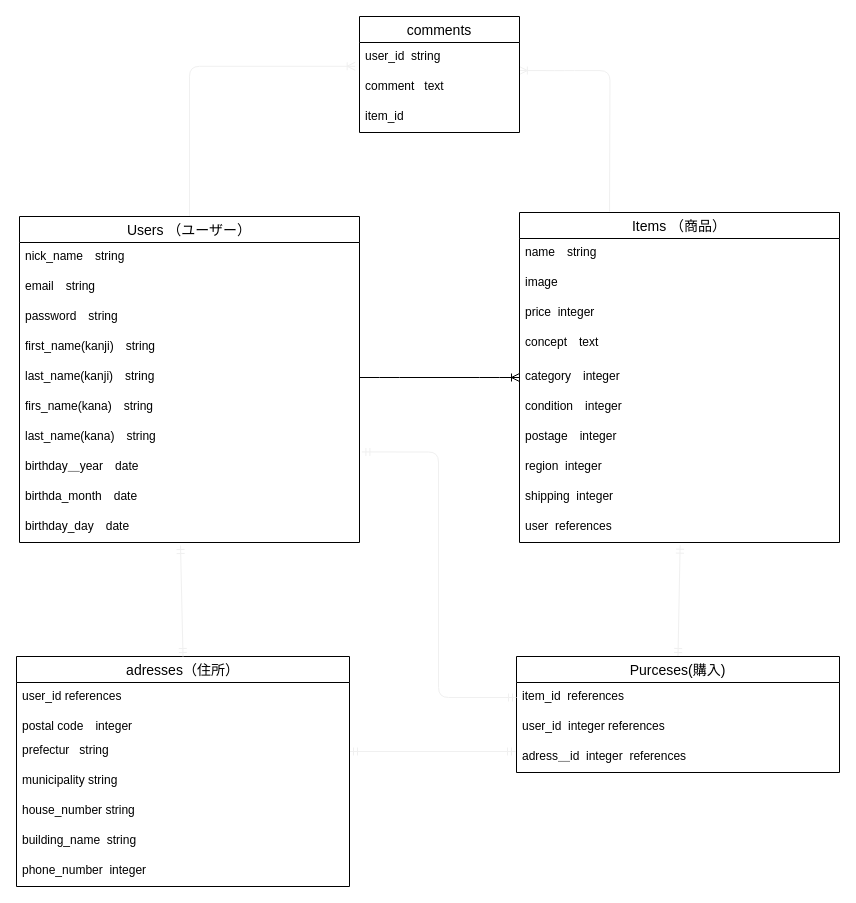
This is furima.dio from uuutako/furima--31745-, a draw.io file, before an edit. Source tidied: cells renumbered, new cells numbered last; positions are measured from the earlier drawing's top-left corner, leaving out a move shared by most shapes. Both pictures are drawn from the tidied source at 100%, with x=0, y=0 at pixel (16, 16).
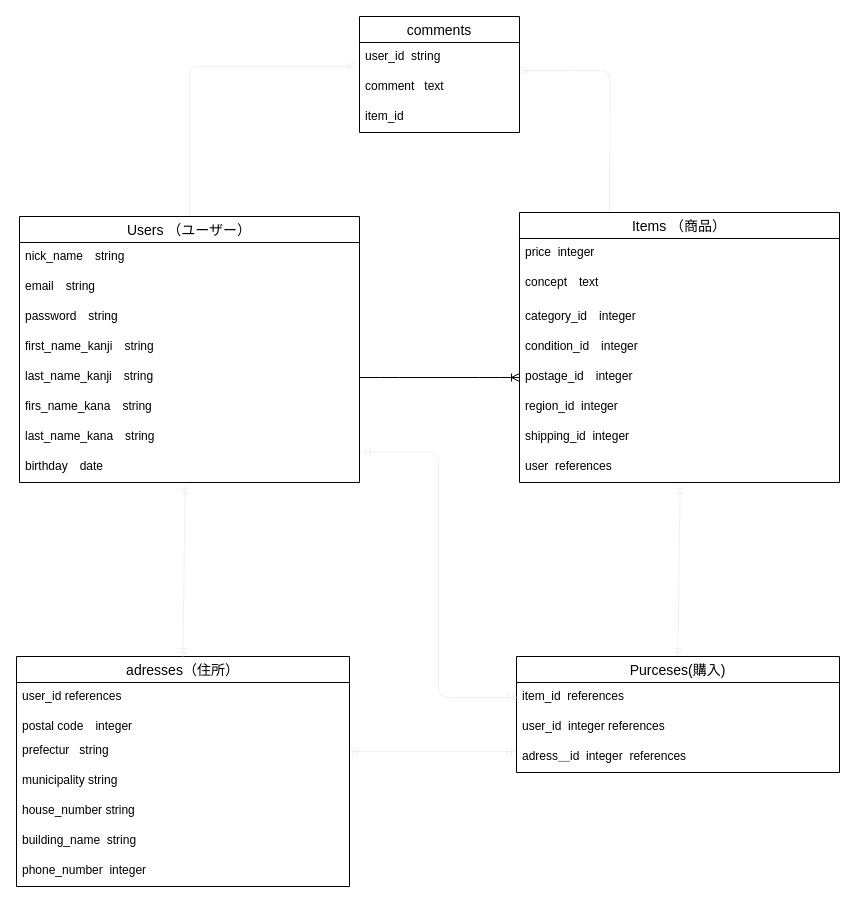
Above is the later version.

Commit message (it also covers changes not shown here):
データベースの設計＿修正2

The change refers to these unchanged cells:
```xml
<mxCell id="33" value="adresses（住所）" style="swimlane;fontStyle=0;horizontal=1;startSize=26;align=center;fontSize=14;" parent="1" vertex="1">
  <mxGeometry y="640" width="333" height="230" as="geometry" />
</mxCell>
```

Change to the diagram source:
```diff
@@
-    <mxCell id="2" style="edgeStyle=entityRelationEdgeStyle;fontSize=12;html=1;endArrow=ERoneToMany;exitX=1;exitY=0.5;exitDx=0;exitDy=0;entryX=0;entryY=0.5;entryDx=0;entryDy=0;" parent="1" edge="1" source="12" target="23">
+    <mxCell id="2" style="edgeStyle=entityRelationEdgeStyle;fontSize=12;html=1;endArrow=ERoneToMany;exitX=1;exitY=0.5;exitDx=0;exitDy=0;entryX=0;entryY=0.5;entryDx=0;entryDy=0;" parent="1" edge="1" source="12" target="25">
       <mxGeometry relative="1" as="geometry" />
     </mxCell>
@@
     <mxCell id="7" value="Users （ユーザー）" style="swimlane;fontStyle=0;horizontal=1;startSize=26;align=center;fontSize=14;" parent="1" vertex="1">
-      <mxGeometry x="3" y="200" width="340" height="326" as="geometry" />
+      <mxGeometry x="3" y="200" width="340" height="266" as="geometry" />
     </mxCell>
@@
-    <mxCell id="11" value="first_name(kanji)　string" style="text;strokeColor=none;fillColor=none;spacingLeft=4;spacingRight=4;overflow=hidden;fontSize=12;" parent="7" vertex="1">
+    <mxCell id="11" value="first_name_kanji　string" style="text;strokeColor=none;fillColor=none;spacingLeft=4;spacingRight=4;overflow=hidden;fontSize=12;" parent="7" vertex="1">
       <mxGeometry y="116" width="340" height="30" as="geometry" />
     </mxCell>
-    <mxCell id="12" value="last_name(kanji)　string" style="text;strokeColor=none;fillColor=none;spacingLeft=4;spacingRight=4;overflow=hidden;points=[[0,0.5],[1,0.5]];portConstraint=eastwest;fontSize=12;" parent="7" vertex="1">
+    <mxCell id="12" value="last_name_kanji　string" style="text;strokeColor=none;fillColor=none;spacingLeft=4;spacingRight=4;overflow=hidden;points=[[0,0.5],[1,0.5]];portConstraint=eastwest;fontSize=12;" parent="7" vertex="1">
       <mxGeometry y="146" width="340" height="30" as="geometry" />
     </mxCell>
-    <mxCell id="13" value="firs_name(kana)　string" style="text;strokeColor=none;fillColor=none;spacingLeft=4;spacingRight=4;overflow=hidden;fontSize=12;" parent="7" vertex="1">
+    <mxCell id="13" value="firs_name_kana　string" style="text;strokeColor=none;fillColor=none;spacingLeft=4;spacingRight=4;overflow=hidden;fontSize=12;" parent="7" vertex="1">
       <mxGeometry y="176" width="340" height="30" as="geometry" />
     </mxCell>
-    <mxCell id="14" value="last_name(kana)　string" style="text;strokeColor=none;fillColor=none;spacingLeft=4;spacingRight=4;overflow=hidden;fontSize=12;" parent="7" vertex="1">
+    <mxCell id="14" value="last_name_kana　string" style="text;strokeColor=none;fillColor=none;spacingLeft=4;spacingRight=4;overflow=hidden;fontSize=12;" parent="7" vertex="1">
       <mxGeometry y="206" width="340" height="30" as="geometry" />
     </mxCell>
-    <mxCell id="15" value="birthday＿year　date" style="text;strokeColor=none;fillColor=none;spacingLeft=4;spacingRight=4;overflow=hidden;points=[[0,0.5],[1,0.5]];portConstraint=eastwest;fontSize=12;" parent="7" vertex="1">
+    <mxCell id="15" value="birthday　date" style="text;strokeColor=none;fillColor=none;spacingLeft=4;spacingRight=4;overflow=hidden;points=[[0,0.5],[1,0.5]];portConstraint=eastwest;fontSize=12;" parent="7" vertex="1">
       <mxGeometry y="236" width="340" height="30" as="geometry" />
     </mxCell>
-    <mxCell id="16" value="birthda_month　date&#10;&#10;" style="text;strokeColor=none;fillColor=none;spacingLeft=4;spacingRight=4;overflow=hidden;fontSize=12;" parent="7" vertex="1">
-      <mxGeometry y="266" width="340" height="30" as="geometry" />
-    </mxCell>
-    <mxCell id="17" value="birthday_day　date" style="text;strokeColor=none;fillColor=none;spacingLeft=4;spacingRight=4;overflow=hidden;fontSize=12;" parent="7" vertex="1">
-      <mxGeometry y="296" width="340" height="30" as="geometry" />
-    </mxCell>
     <mxCell id="18" value="Items （商品）" style="swimlane;fontStyle=0;horizontal=1;startSize=26;align=center;fontSize=14;" parent="1" vertex="1">
-      <mxGeometry x="503" y="196" width="320" height="330" as="geometry" />
+      <mxGeometry x="503" y="196" width="320" height="270" as="geometry" />
     </mxCell>
-    <mxCell id="19" value="name　string&#10;" style="text;strokeColor=none;fillColor=none;spacingLeft=4;spacingRight=4;overflow=hidden;fontSize=12;" parent="18" vertex="1">
-      <mxGeometry y="26" width="320" height="30" as="geometry" />
-    </mxCell>
-    <mxCell id="20" value="image" style="text;strokeColor=none;fillColor=none;spacingLeft=4;spacingRight=4;overflow=hidden;fontSize=12;" parent="18" vertex="1">
-      <mxGeometry y="56" width="320" height="30" as="geometry" />
-    </mxCell>
     <mxCell id="21" value="price  integer" style="text;strokeColor=none;fillColor=none;spacingLeft=4;spacingRight=4;overflow=hidden;fontSize=12;" parent="18" vertex="1">
-      <mxGeometry y="86" width="320" height="30" as="geometry" />
+      <mxGeometry y="26" width="320" height="30" as="geometry" />
     </mxCell>
     <mxCell id="22" value="concept　text" style="text;strokeColor=none;fillColor=none;spacingLeft=4;spacingRight=4;overflow=hidden;fontSize=12;" parent="18" vertex="1">
-      <mxGeometry y="116" width="320" height="34" as="geometry" />
+      <mxGeometry y="56" width="320" height="34" as="geometry" />
     </mxCell>
-    <mxCell id="23" value="category　integer" style="text;strokeColor=none;fillColor=none;spacingLeft=4;spacingRight=4;overflow=hidden;points=[[0,0.5],[1,0.5]];portConstraint=eastwest;fontSize=12;" parent="18" vertex="1">
-      <mxGeometry y="150" width="320" height="30" as="geometry" />
+    <mxCell id="23" value="category_id　integer" style="text;strokeColor=none;fillColor=none;spacingLeft=4;spacingRight=4;overflow=hidden;points=[[0,0.5],[1,0.5]];portConstraint=eastwest;fontSize=12;" parent="18" vertex="1">
+      <mxGeometry y="90" width="320" height="30" as="geometry" />
     </mxCell>
-    <mxCell id="24" value="condition　integer" style="text;strokeColor=none;fillColor=none;spacingLeft=4;spacingRight=4;overflow=hidden;fontSize=12;" parent="18" vertex="1">
-      <mxGeometry y="180" width="320" height="30" as="geometry" />
+    <mxCell id="24" value="condition_id　integer" style="text;strokeColor=none;fillColor=none;spacingLeft=4;spacingRight=4;overflow=hidden;fontSize=12;" parent="18" vertex="1">
+      <mxGeometry y="120" width="320" height="30" as="geometry" />
     </mxCell>
-    <mxCell id="25" value="postage　integer" style="text;strokeColor=none;fillColor=none;spacingLeft=4;spacingRight=4;overflow=hidden;points=[[0,0.5],[1,0.5]];portConstraint=eastwest;fontSize=12;" parent="18" vertex="1">
-      <mxGeometry y="210" width="320" height="30" as="geometry" />
+    <mxCell id="25" value="postage_id　integer" style="text;strokeColor=none;fillColor=none;spacingLeft=4;spacingRight=4;overflow=hidden;points=[[0,0.5],[1,0.5]];portConstraint=eastwest;fontSize=12;" parent="18" vertex="1">
+      <mxGeometry y="150" width="320" height="30" as="geometry" />
     </mxCell>
-    <mxCell id="26" value="region  integer" style="text;strokeColor=none;fillColor=none;spacingLeft=4;spacingRight=4;overflow=hidden;fontSize=12;" parent="18" vertex="1">
-      <mxGeometry y="240" width="320" height="30" as="geometry" />
+    <mxCell id="26" value="region_id  integer" style="text;strokeColor=none;fillColor=none;spacingLeft=4;spacingRight=4;overflow=hidden;fontSize=12;" parent="18" vertex="1">
+      <mxGeometry y="180" width="320" height="30" as="geometry" />
     </mxCell>
-    <mxCell id="27" value="shipping  integer" style="text;strokeColor=none;fillColor=none;spacingLeft=4;spacingRight=4;overflow=hidden;fontSize=12;" parent="18" vertex="1">
-      <mxGeometry y="270" width="320" height="30" as="geometry" />
+    <mxCell id="27" value="shipping_id  integer" style="text;strokeColor=none;fillColor=none;spacingLeft=4;spacingRight=4;overflow=hidden;fontSize=12;" parent="18" vertex="1">
+      <mxGeometry y="210" width="320" height="30" as="geometry" />
     </mxCell>
     <mxCell id="28" value="user  references" style="text;strokeColor=none;fillColor=none;spacingLeft=4;spacingRight=4;overflow=hidden;points=[[0,0.5],[1,0.5]];portConstraint=eastwest;fontSize=12;" parent="18" vertex="1">
-      <mxGeometry y="300" width="320" height="30" as="geometry" />
+      <mxGeometry y="240" width="320" height="30" as="geometry" />
     </mxCell>
@@
-    <mxCell id="46" style="fontSize=12;html=1;endArrow=ERmandOne;startArrow=ERmandOne;strokeColor=#f0f0f0;exitX=0.5;exitY=0;exitDx=0;exitDy=0;" parent="1" edge="1" source="33">
-      <mxGeometry relative="1" as="geometry">
-        <mxPoint x="164" y="529" as="targetPoint" />
-      </mxGeometry>
+    <mxCell id="46" style="fontSize=12;html=1;endArrow=ERmandOne;startArrow=ERmandOne;strokeColor=#f0f0f0;exitX=0.5;exitY=0;exitDx=0;exitDy=0;entryX=0.487;entryY=1.092;entryDx=0;entryDy=0;entryPerimeter=0;" parent="1" edge="1" source="33" target="15">
+      <mxGeometry relative="1" as="geometry" />
     </mxCell>
```
